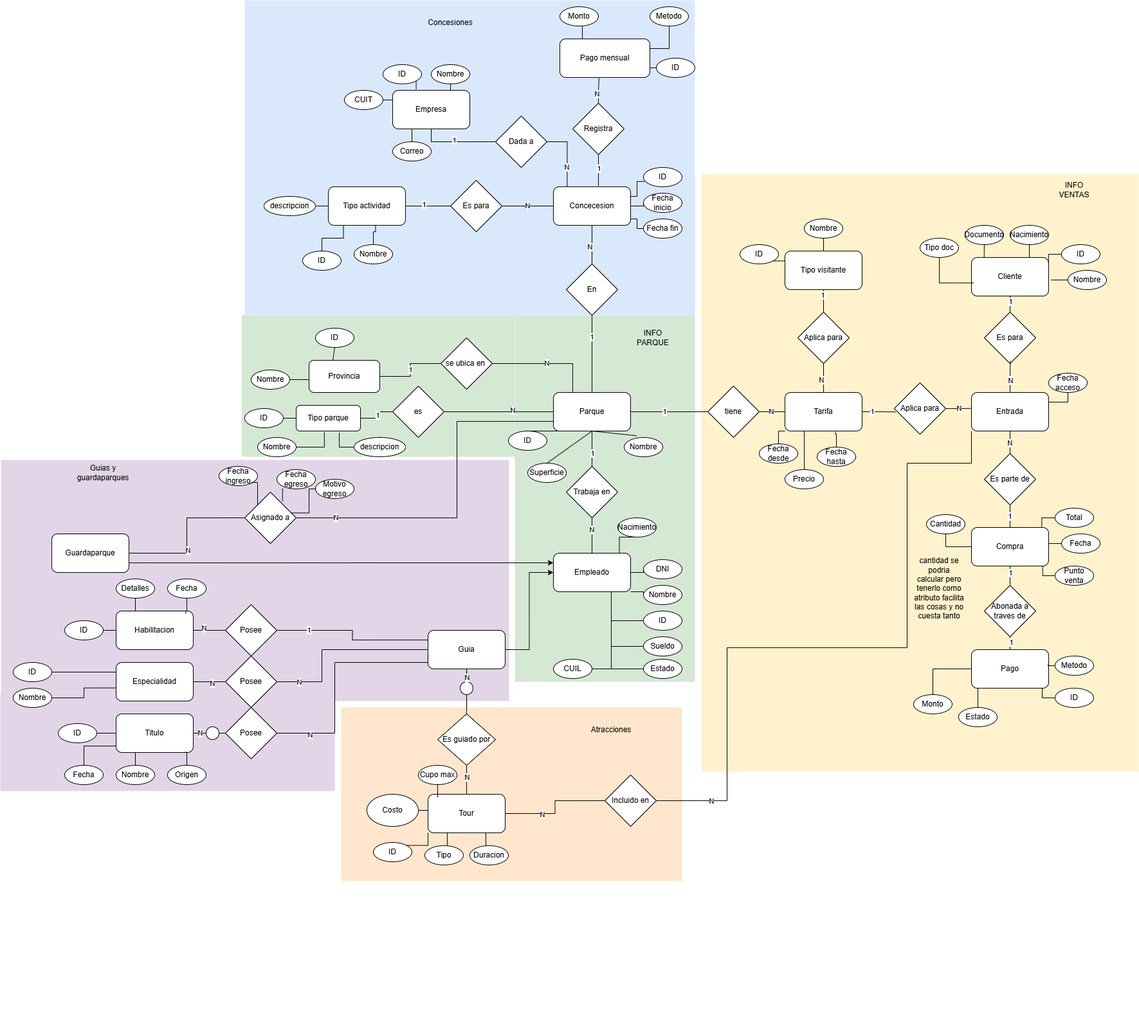
Before: DER_2.png, a diagram exported from draw.io (norf27/Com5600_Grupo06). Source tidied: cells renumbered, new cells last; positions are measured from the earlier drawing's top-left corner, leaving out a move shared by most shapes.
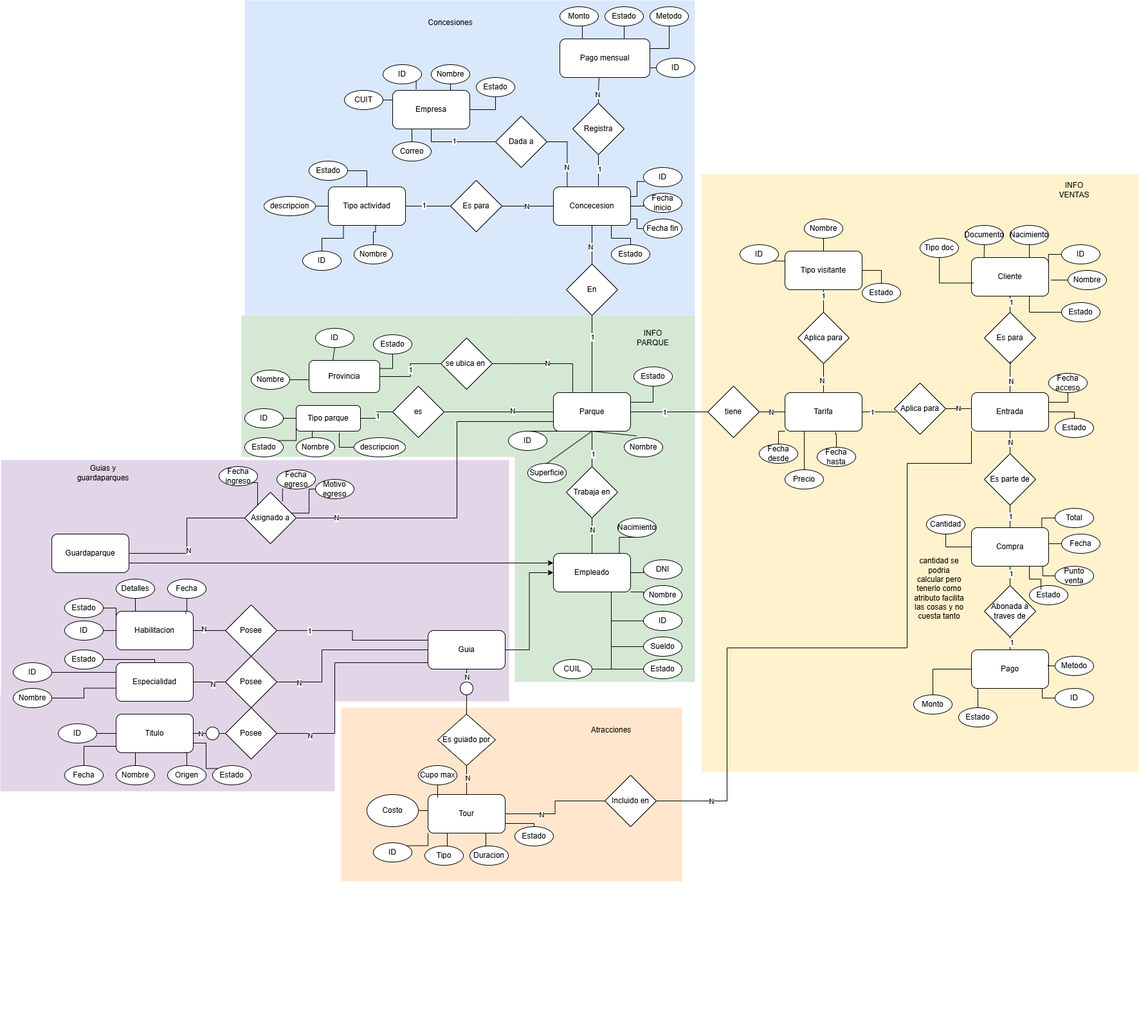
The same diagram one commit later.

The edit, as a diff of the source:
```diff
@@ -2,6 +2,9 @@
   <root>
     <mxCell id="0" />
     <mxCell id="1" parent="0" />
+    <mxCell id="263" style="edgeStyle=orthogonalEdgeStyle;rounded=0;jettySize=auto;html=1;exitX=1;exitY=0.5;exitDx=0;exitDy=0;entryX=0.083;entryY=0.333;entryDx=0;entryDy=0;entryPerimeter=0;endArrow=none;endFill=0;" parent="1" edge="1" source="282" target="180">
+      <mxGeometry relative="1" as="geometry" />
+    </mxCell>
     <mxCell id="2" style="rounded=0;whiteSpace=wrap;html=1;fillColor=#e1d5e7;strokeColor=none;" parent="1" vertex="1">
       <mxGeometry y="1080" width="520" height="150" as="geometry" />
     </mxCell>
@@ -32,6 +35,9 @@
     <mxCell id="11" value="1" style="edgeLabel;html=1;align=center;verticalAlign=middle;" parent="10" vertex="1">
       <mxGeometry x="-0.12" relative="1" as="geometry" />
     </mxCell>
+    <mxCell id="264" style="edgeStyle=orthogonalEdgeStyle;rounded=0;jettySize=auto;html=1;exitX=1;exitY=0.25;exitDx=0;exitDy=0;entryX=0.5;entryY=1;entryDx=0;entryDy=0;endArrow=none;endFill=0;" parent="1" edge="1" source="12" target="275">
+      <mxGeometry relative="1" as="geometry" />
+    </mxCell>
     <mxCell id="12" value="Parque" style="rounded=1;whiteSpace=wrap;html=1;" parent="1" vertex="1">
       <mxGeometry x="860" y="610" width="120" height="60" as="geometry" />
     </mxCell>
@@ -59,6 +65,9 @@
     <mxCell id="20" value="Empleado" style="rounded=1;whiteSpace=wrap;html=1;" parent="1" vertex="1">
       <mxGeometry x="860" y="860" width="120" height="60" as="geometry" />
     </mxCell>
+    <mxCell id="265" style="edgeStyle=orthogonalEdgeStyle;rounded=0;jettySize=auto;html=1;exitX=0.25;exitY=1;exitDx=0;exitDy=0;endArrow=none;endFill=0;" parent="1" edge="1" source="21" target="55">
+      <mxGeometry relative="1" as="geometry" />
+    </mxCell>
     <mxCell id="21" value="Tipo parque" style="rounded=1;whiteSpace=wrap;html=1;" parent="1" vertex="1">
       <mxGeometry x="460" y="630" width="100" height="40" as="geometry" />
     </mxCell>
@@ -71,9 +80,15 @@
     <mxCell id="24" value="Tarifa" style="rounded=1;whiteSpace=wrap;html=1;" parent="1" vertex="1">
       <mxGeometry x="1220" y="610" width="120" height="60" as="geometry" />
     </mxCell>
+    <mxCell id="266" style="edgeStyle=orthogonalEdgeStyle;rounded=0;jettySize=auto;html=1;exitX=1;exitY=0.5;exitDx=0;exitDy=0;endArrow=none;endFill=0;" parent="1" edge="1" source="25" target="289">
+      <mxGeometry relative="1" as="geometry" />
+    </mxCell>
     <mxCell id="25" value="Tipo visitante" style="rounded=1;whiteSpace=wrap;html=1;" parent="1" vertex="1">
       <mxGeometry x="1220" y="390" width="120" height="60" as="geometry" />
     </mxCell>
+    <mxCell id="267" style="edgeStyle=orthogonalEdgeStyle;rounded=0;jettySize=auto;html=1;exitX=0.75;exitY=1;exitDx=0;exitDy=0;entryX=0;entryY=0.5;entryDx=0;entryDy=0;endArrow=none;endFill=0;" parent="1" edge="1" source="26" target="290">
+      <mxGeometry relative="1" as="geometry" />
+    </mxCell>
     <mxCell id="26" value="Cliente" style="rounded=1;whiteSpace=wrap;html=1;" parent="1" vertex="1">
       <mxGeometry x="1510" y="400" width="120" height="60" as="geometry" />
     </mxCell>
@@ -100,6 +115,13 @@
     <mxCell id="31" value="N" style="edgeLabel;html=1;align=center;verticalAlign=middle;" parent="30" vertex="1">
       <mxGeometry x="0.84" relative="1" as="geometry" />
     </mxCell>
+    <mxCell id="268" style="edgeStyle=orthogonalEdgeStyle;rounded=0;jettySize=auto;html=1;exitX=1;exitY=0.5;exitDx=0;exitDy=0;entryX=0.5;entryY=0;entryDx=0;entryDy=0;endArrow=none;endFill=0;" parent="1" edge="1" source="32" target="292">
+      <mxGeometry relative="1" as="geometry">
+        <Array as="points">
+          <mxPoint x="1670" y="640" />
+        </Array>
+      </mxGeometry>
+    </mxCell>
     <mxCell id="32" value="Entrada" style="rounded=1;whiteSpace=wrap;html=1;" parent="1" vertex="1">
       <mxGeometry x="1510" y="610" width="120" height="60" as="geometry" />
     </mxCell>
@@ -174,7 +196,7 @@
       <mxGeometry x="380" y="635" width="60" height="30" as="geometry" />
     </mxCell>
     <mxCell id="55" value="Nombre" style="ellipse;whiteSpace=wrap;html=1;" parent="1" vertex="1">
-      <mxGeometry x="400" y="680" width="60" height="30" as="geometry" />
+      <mxGeometry x="460" y="680" width="60" height="30" as="geometry" />
     </mxCell>
     <mxCell id="56" style="edgeStyle=orthogonalEdgeStyle;rounded=0;jettySize=auto;html=1;exitX=0;exitY=0.5;exitDx=0;exitDy=0;entryX=1;entryY=0.5;entryDx=0;entryDy=0;endArrow=none;endFill=0;" parent="1" edge="1" source="60" target="21">
       <mxGeometry relative="1" as="geometry" />
@@ -195,9 +217,6 @@
     <mxCell id="60" value="es" style="rhombus;whiteSpace=wrap;html=1;" parent="1" vertex="1">
       <mxGeometry x="610" y="600" width="80" height="80" as="geometry" />
     </mxCell>
-    <mxCell id="61" style="edgeStyle=orthogonalEdgeStyle;rounded=0;jettySize=auto;html=1;exitX=1;exitY=0.5;exitDx=0;exitDy=0;entryX=0.438;entryY=1.039;entryDx=0;entryDy=0;entryPerimeter=0;endArrow=none;endFill=0;" parent="1" edge="1" source="55" target="21">
-      <mxGeometry relative="1" as="geometry" />
-    </mxCell>
     <mxCell id="62" style="edgeStyle=orthogonalEdgeStyle;rounded=0;jettySize=auto;html=1;exitX=1;exitY=0.5;exitDx=0;exitDy=0;entryX=0;entryY=0.5;entryDx=0;entryDy=0;endArrow=none;endFill=0;" parent="1" edge="1" source="64" target="24">
       <mxGeometry relative="1" as="geometry" />
     </mxCell>
@@ -381,6 +400,13 @@
     <mxCell id="120" value="N" style="edgeLabel;html=1;align=center;verticalAlign=middle;" parent="119" vertex="1">
       <mxGeometry x="-0.35" y="-1" relative="1" as="geometry" />
     </mxCell>
+    <mxCell id="269" style="edgeStyle=orthogonalEdgeStyle;rounded=0;jettySize=auto;html=1;exitX=1;exitY=0.75;exitDx=0;exitDy=0;entryX=0.5;entryY=0;entryDx=0;entryDy=0;endArrow=none;endFill=0;" parent="1" edge="1" source="121" target="293">
+      <mxGeometry relative="1" as="geometry">
+        <Array as="points">
+          <mxPoint x="830" y="1280" />
+        </Array>
+      </mxGeometry>
+    </mxCell>
     <mxCell id="121" value="Tour" style="rounded=1;whiteSpace=wrap;html=1;" parent="1" vertex="1">
       <mxGeometry x="665" y="1235" width="120" height="60" as="geometry" />
     </mxCell>
@@ -457,6 +483,9 @@
     <mxCell id="142" value="N" style="edgeLabel;html=1;align=center;verticalAlign=middle;" parent="141" vertex="1">
       <mxGeometry x="0.12" y="-3" relative="1" as="geometry" />
     </mxCell>
+    <mxCell id="270" style="edgeStyle=orthogonalEdgeStyle;rounded=0;jettySize=auto;html=1;exitX=0.75;exitY=1;exitDx=0;exitDy=0;endArrow=none;endFill=0;" parent="1" edge="1" source="143" target="285">
+      <mxGeometry relative="1" as="geometry" />
+    </mxCell>
     <mxCell id="143" value="Concecesion" style="rounded=1;whiteSpace=wrap;html=1;" parent="1" vertex="1">
       <mxGeometry x="860" y="290" width="120" height="60" as="geometry" />
     </mxCell>
@@ -469,12 +498,21 @@
     <mxCell id="146" value="1" style="edgeLabel;html=1;align=center;verticalAlign=middle;" parent="145" vertex="1">
       <mxGeometry x="-0.18" y="2" relative="1" as="geometry" />
     </mxCell>
+    <mxCell id="271" style="edgeStyle=orthogonalEdgeStyle;rounded=0;jettySize=auto;html=1;entryX=1;entryY=0.5;entryDx=0;entryDy=0;endArrow=none;endFill=0;" parent="1" edge="1" source="147" target="286">
+      <mxGeometry relative="1" as="geometry" />
+    </mxCell>
     <mxCell id="147" value="Tipo actividad" style="rounded=1;whiteSpace=wrap;html=1;" parent="1" vertex="1">
       <mxGeometry x="510" y="290" width="120" height="60" as="geometry" />
     </mxCell>
+    <mxCell id="272" style="edgeStyle=orthogonalEdgeStyle;rounded=0;jettySize=auto;html=1;exitX=1;exitY=0.5;exitDx=0;exitDy=0;entryX=0.5;entryY=1;entryDx=0;entryDy=0;endArrow=none;endFill=0;" parent="1" edge="1" source="148" target="287">
+      <mxGeometry relative="1" as="geometry" />
+    </mxCell>
     <mxCell id="148" value="Empresa" style="rounded=1;whiteSpace=wrap;html=1;" parent="1" vertex="1">
       <mxGeometry x="610" y="140" width="120" height="60" as="geometry" />
     </mxCell>
+    <mxCell id="273" style="edgeStyle=orthogonalEdgeStyle;rounded=0;jettySize=auto;html=1;exitX=0.75;exitY=0;exitDx=0;exitDy=0;entryX=0.5;entryY=1;entryDx=0;entryDy=0;endArrow=none;endFill=0;" parent="1" edge="1" source="149" target="288">
+      <mxGeometry relative="1" as="geometry" />
+    </mxCell>
     <mxCell id="149" value="Pago mensual" style="rounded=1;whiteSpace=wrap;html=1;" parent="1" vertex="1">
       <mxGeometry x="870" y="60" width="140" height="60" as="geometry" />
     </mxCell>
@@ -796,6 +834,9 @@
     <mxCell id="243" value="cantidad se podria calcular pero tenerlo como atributo facilita las cosas y no cuesta tanto" style="text;html=1;whiteSpace=wrap;strokeColor=none;fillColor=none;align=center;verticalAlign=middle;rounded=0;" parent="1" vertex="1">
       <mxGeometry x="1420" y="900" width="80" height="30" as="geometry" />
     </mxCell>
+    <mxCell id="274" style="edgeStyle=orthogonalEdgeStyle;rounded=0;jettySize=auto;html=1;exitX=1;exitY=0.25;exitDx=0;exitDy=0;entryX=0.5;entryY=1;entryDx=0;entryDy=0;endArrow=none;endFill=0;" parent="1" edge="1" source="244" target="276">
+      <mxGeometry relative="1" as="geometry" />
+    </mxCell>
     <mxCell id="244" value="Provincia" style="rounded=1;whiteSpace=wrap;html=1;" parent="1" vertex="1">
       <mxGeometry x="480" y="560" width="110" height="50" as="geometry" />
     </mxCell>
@@ -855,5 +896,74 @@
     <mxCell id="262" value="descripcion" style="ellipse;whiteSpace=wrap;html=1;" parent="1" vertex="1">
       <mxGeometry x="410" y="305" width="80" height="30" as="geometry" />
     </mxCell>
+    <mxCell id="275" value="Estado" style="ellipse;whiteSpace=wrap;html=1;" parent="1" vertex="1">
+      <mxGeometry x="985" y="570" width="60" height="30" as="geometry" />
+    </mxCell>
+    <mxCell id="276" value="Estado" style="ellipse;whiteSpace=wrap;html=1;" parent="1" vertex="1">
+      <mxGeometry x="580" y="520" width="60" height="30" as="geometry" />
+    </mxCell>
+    <mxCell id="277" style="edgeStyle=orthogonalEdgeStyle;rounded=0;jettySize=auto;html=1;exitX=1;exitY=0;exitDx=0;exitDy=0;entryX=0;entryY=0.75;entryDx=0;entryDy=0;endArrow=none;endFill=0;" parent="1" edge="1" source="278" target="21">
+      <mxGeometry relative="1" as="geometry" />
+    </mxCell>
+    <mxCell id="278" value="Estado" style="ellipse;whiteSpace=wrap;html=1;" parent="1" vertex="1">
+      <mxGeometry x="380" y="680" width="60" height="30" as="geometry" />
+    </mxCell>
+    <mxCell id="279" style="edgeStyle=orthogonalEdgeStyle;rounded=0;jettySize=auto;html=1;exitX=1;exitY=0.5;exitDx=0;exitDy=0;entryX=0;entryY=0.25;entryDx=0;entryDy=0;endArrow=none;endFill=0;" parent="1" edge="1" source="280" target="182">
+      <mxGeometry relative="1" as="geometry" />
+    </mxCell>
+    <mxCell id="280" value="Estado" style="ellipse;whiteSpace=wrap;html=1;" parent="1" vertex="1">
+      <mxGeometry x="100" y="930" width="60" height="30" as="geometry" />
+    </mxCell>
+    <mxCell id="281" style="edgeStyle=orthogonalEdgeStyle;rounded=0;jettySize=auto;html=1;entryX=0.5;entryY=0;entryDx=0;entryDy=0;endArrow=none;endFill=0;" parent="1" edge="1" source="282" target="180">
+      <mxGeometry relative="1" as="geometry">
+        <Array as="points">
+          <mxPoint x="240" y="1025" />
+        </Array>
+      </mxGeometry>
+    </mxCell>
+    <mxCell id="282" value="Estado" style="ellipse;whiteSpace=wrap;html=1;" parent="1" vertex="1">
+      <mxGeometry x="100" y="1010" width="60" height="30" as="geometry" />
+    </mxCell>
+    <mxCell id="283" style="edgeStyle=orthogonalEdgeStyle;rounded=0;jettySize=auto;html=1;exitX=0;exitY=0;exitDx=0;exitDy=0;entryX=1;entryY=0.75;entryDx=0;entryDy=0;endArrow=none;endFill=0;" parent="1" edge="1" source="284" target="181">
+      <mxGeometry relative="1" as="geometry">
+        <Array as="points">
+          <mxPoint x="320" y="1195" />
+          <mxPoint x="320" y="1155" />
+        </Array>
+      </mxGeometry>
+    </mxCell>
+    <mxCell id="284" value="Estado" style="ellipse;whiteSpace=wrap;html=1;" parent="1" vertex="1">
+      <mxGeometry x="330" y="1190" width="60" height="30" as="geometry" />
+    </mxCell>
+    <mxCell id="285" value="Estado" style="ellipse;whiteSpace=wrap;html=1;" parent="1" vertex="1">
+      <mxGeometry x="950" y="380" width="60" height="30" as="geometry" />
+    </mxCell>
+    <mxCell id="286" value="Estado" style="ellipse;whiteSpace=wrap;html=1;" parent="1" vertex="1">
+      <mxGeometry x="480" y="250" width="60" height="30" as="geometry" />
+    </mxCell>
+    <mxCell id="287" value="Estado" style="ellipse;whiteSpace=wrap;html=1;" parent="1" vertex="1">
+      <mxGeometry x="740" y="120" width="60" height="30" as="geometry" />
+    </mxCell>
+    <mxCell id="288" value="Estado" style="ellipse;whiteSpace=wrap;html=1;" parent="1" vertex="1">
+      <mxGeometry x="940" y="10" width="60" height="30" as="geometry" />
+    </mxCell>
+    <mxCell id="289" value="Estado" style="ellipse;whiteSpace=wrap;html=1;" parent="1" vertex="1">
+      <mxGeometry x="1340" y="440" width="60" height="30" as="geometry" />
+    </mxCell>
+    <mxCell id="290" value="Estado" style="ellipse;whiteSpace=wrap;html=1;" parent="1" vertex="1">
+      <mxGeometry x="1650" y="470" width="60" height="30" as="geometry" />
+    </mxCell>
+    <mxCell id="291" value="Estado" style="ellipse;whiteSpace=wrap;html=1;" parent="1" vertex="1">
+      <mxGeometry x="1600" y="910" width="60" height="30" as="geometry" />
+    </mxCell>
+    <mxCell id="292" value="Estado" style="ellipse;whiteSpace=wrap;html=1;" parent="1" vertex="1">
+      <mxGeometry x="1640" y="650" width="60" height="30" as="geometry" />
+    </mxCell>
+    <mxCell id="293" value="Estado" style="ellipse;whiteSpace=wrap;html=1;" parent="1" vertex="1">
+      <mxGeometry x="800" y="1285" width="60" height="30" as="geometry" />
+    </mxCell>
+    <mxCell id="294" style="edgeStyle=orthogonalEdgeStyle;rounded=0;jettySize=auto;html=1;exitX=0.75;exitY=1;exitDx=0;exitDy=0;entryX=0.302;entryY=0.215;entryDx=0;entryDy=0;entryPerimeter=0;endArrow=none;endFill=0;" parent="1" edge="1" source="33" target="291">
+      <mxGeometry relative="1" as="geometry" />
+    </mxCell>
   </root>
 </mxGraphModel>
```
